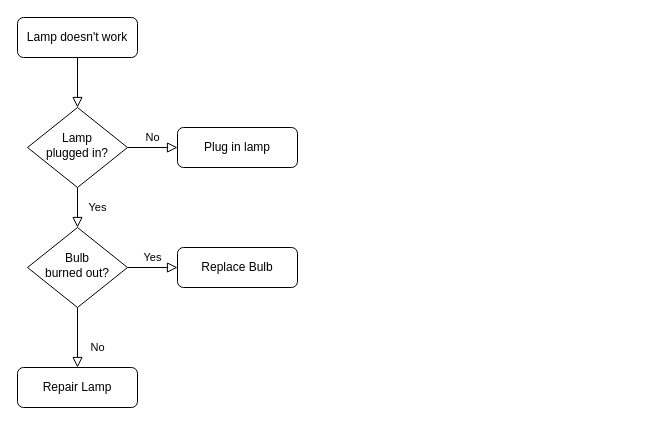
heeyeon-developer/heeyeon-developer keeps this draw.io diagram as Login_diagram.drawio. Above is the earlier version. Source tidied: cells renumbered, new cells numbered last; positions are measured from the earlier drawing's top-left corner, leaving out a move shared by most shapes. Both pictures are drawn from the tidied source at 100%, with x=0, y=0 at pixel (17, 17).
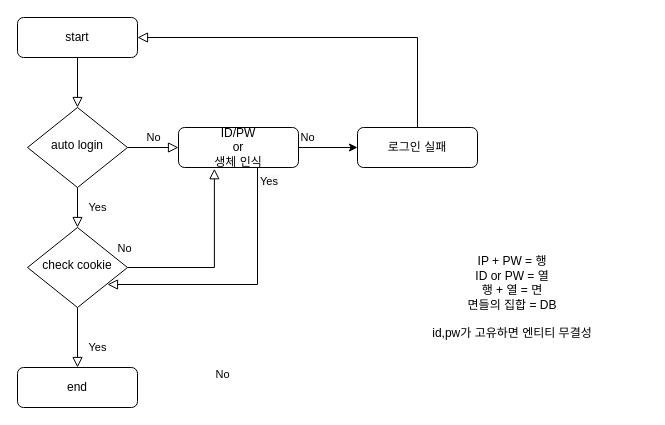
After the change.

What changed in the source:
```diff
@@
-    <mxCell id="3" value="Lamp doesn't work" style="rounded=1;whiteSpace=wrap;html=1;fontSize=12;glass=0;strokeWidth=1;shadow=0;" parent="1" vertex="1">
+    <mxCell id="3" value="start" style="rounded=1;whiteSpace=wrap;html=1;fontSize=12;glass=0;strokeWidth=1;shadow=0;" parent="1" vertex="1">
       <mxGeometry width="120" height="40" as="geometry" />
     </mxCell>
@@
-    <mxCell id="6" value="Lamp&lt;br&gt;plugged in?" style="rhombus;whiteSpace=wrap;html=1;shadow=0;fontFamily=Helvetica;fontSize=12;align=center;strokeWidth=1;spacing=6;spacingTop=-4;" parent="1" vertex="1">
+    <mxCell id="6" value="auto login" style="rhombus;whiteSpace=wrap;html=1;shadow=0;fontFamily=Helvetica;fontSize=12;align=center;strokeWidth=1;spacing=6;spacingTop=-4;" parent="1" vertex="1">
       <mxGeometry x="10" y="90" width="100" height="80" as="geometry" />
     </mxCell>
-    <mxCell id="7" value="Plug in lamp" style="rounded=1;whiteSpace=wrap;html=1;fontSize=12;glass=0;strokeWidth=1;shadow=0;" parent="1" vertex="1">
-      <mxGeometry x="160" y="110" width="120" height="40" as="geometry" />
+    <mxCell id="7" value="ID/PW&lt;br&gt;or&lt;br&gt;생체 인식" style="rounded=1;whiteSpace=wrap;html=1;fontSize=12;glass=0;strokeWidth=1;shadow=0;" parent="1" vertex="1">
+      <mxGeometry x="161" y="110" width="120" height="40" as="geometry" />
     </mxCell>
-    <mxCell id="8" value="No" style="rounded=0;html=1;jettySize=auto;fontSize=11;endArrow=block;endFill=0;endSize=8;strokeWidth=1;shadow=0;labelBackgroundColor=none;edgeStyle=orthogonalEdgeStyle;" parent="1" edge="1" source="10" target="11">
+    <mxCell id="8" value="Yes" style="rounded=0;html=1;jettySize=auto;fontSize=11;endArrow=block;endFill=0;endSize=8;strokeWidth=1;shadow=0;labelBackgroundColor=none;edgeStyle=orthogonalEdgeStyle;" parent="1" edge="1" source="10" target="11">
       <mxGeometry x="0.33" y="20" relative="1" as="geometry" />
     </mxCell>
-    <mxCell id="9" value="Yes" style="edgeStyle=orthogonalEdgeStyle;rounded=0;html=1;jettySize=auto;fontSize=11;endArrow=block;endFill=0;endSize=8;strokeWidth=1;shadow=0;labelBackgroundColor=none;" parent="1" edge="1" source="10" target="12">
-      <mxGeometry y="10" relative="1" as="geometry" />
+    <mxCell id="9" value="No" style="edgeStyle=orthogonalEdgeStyle;rounded=0;html=1;jettySize=auto;fontSize=11;endArrow=block;endFill=0;endSize=8;strokeWidth=1;shadow=0;labelBackgroundColor=none;entryX=0.299;entryY=1.031;entryDx=0;entryDy=0;entryPerimeter=0;" parent="1" edge="1" source="10" target="7">
+      <mxGeometry x="0.14" y="90" relative="1" as="geometry" />
     </mxCell>
-    <mxCell id="10" value="Bulb&lt;br&gt;burned out?" style="rhombus;whiteSpace=wrap;html=1;shadow=0;fontFamily=Helvetica;fontSize=12;align=center;strokeWidth=1;spacing=6;spacingTop=-4;" parent="1" vertex="1">
+    <mxCell id="10" value="check cookie" style="rhombus;whiteSpace=wrap;html=1;shadow=0;fontFamily=Helvetica;fontSize=12;align=center;strokeWidth=1;spacing=6;spacingTop=-4;" parent="1" vertex="1">
       <mxGeometry x="10" y="210" width="100" height="80" as="geometry" />
     </mxCell>
-    <mxCell id="11" value="Repair Lamp" style="rounded=1;whiteSpace=wrap;html=1;fontSize=12;glass=0;strokeWidth=1;shadow=0;" parent="1" vertex="1">
+    <mxCell id="11" value="end" style="rounded=1;whiteSpace=wrap;html=1;fontSize=12;glass=0;strokeWidth=1;shadow=0;" parent="1" vertex="1">
       <mxGeometry y="350" width="120" height="40" as="geometry" />
     </mxCell>
-    <mxCell id="12" value="Replace Bulb" style="rounded=1;whiteSpace=wrap;html=1;fontSize=12;glass=0;strokeWidth=1;shadow=0;" parent="1" vertex="1">
-      <mxGeometry x="160" y="230" width="120" height="40" as="geometry" />
+    <mxCell id="12" value="로그인 실패" style="rounded=1;whiteSpace=wrap;html=1;fontSize=12;glass=0;strokeWidth=1;shadow=0;" parent="1" vertex="1">
+      <mxGeometry x="340" y="110" width="120" height="40" as="geometry" />
     </mxCell>
+    <mxCell id="13" style="endArrow=classic;html=1;exitX=1;exitY=0.5;exitDx=0;exitDy=0;" parent="1" edge="1" source="7">
+      <mxGeometry relative="1" as="geometry">
+        <mxPoint x="340" y="130" as="targetPoint" />
+      </mxGeometry>
+    </mxCell>
+    <mxCell id="14" value="No" style="edgeStyle=orthogonalEdgeStyle;rounded=0;html=1;jettySize=auto;fontSize=11;endArrow=block;endFill=0;endSize=8;strokeWidth=1;shadow=0;labelBackgroundColor=none;entryX=1;entryY=0.5;entryDx=0;entryDy=0;exitX=0.5;exitY=0;exitDx=0;exitDy=0;" parent="1" edge="1" source="12" target="3">
+      <mxGeometry x="0.08" y="100" relative="1" as="geometry" />
+    </mxCell>
+    <mxCell id="15" value="&lt;span style=&quot;color: rgb(0, 0, 0); font-family: helvetica; font-size: 11px; font-style: normal; font-weight: 400; letter-spacing: normal; text-align: center; text-indent: 0px; text-transform: none; word-spacing: 0px; background-color: rgb(248, 249, 250); display: inline; float: none;&quot;&gt;Yes&lt;/span&gt;" style="text;whiteSpace=wrap;html=1;" parent="1" vertex="1">
+      <mxGeometry x="241" y="150" width="40" height="30" as="geometry" />
+    </mxCell>
+    <mxCell id="16" value="No" style="edgeStyle=orthogonalEdgeStyle;rounded=0;html=1;jettySize=auto;orthogonalLoop=1;fontSize=11;endArrow=block;endFill=0;endSize=8;strokeWidth=1;shadow=0;labelBackgroundColor=none;" parent="1" edge="1">
+      <mxGeometry x="0.14" y="90" relative="1" as="geometry">
+        <mxPoint x="240" y="150" as="sourcePoint" />
+        <mxPoint x="90" y="267" as="targetPoint" />
+        <Array as="points">
+          <mxPoint x="240" y="267" />
+        </Array>
+      </mxGeometry>
+    </mxCell>
+    <mxCell id="17" value="IP + PW = 행&lt;br&gt;ID or PW = 열&lt;br&gt;행 + 열 = 면&lt;br&gt;면들의 집합 = DB&lt;br&gt;&lt;br&gt;id,pw가 고유하면 엔티티 무결성" style="text;html=1;strokeColor=none;fillColor=none;align=center;verticalAlign=middle;whiteSpace=wrap;rounded=0;" parent="1" vertex="1">
+      <mxGeometry x="360" y="190" width="270" height="180" as="geometry" />
+    </mxCell>
```
